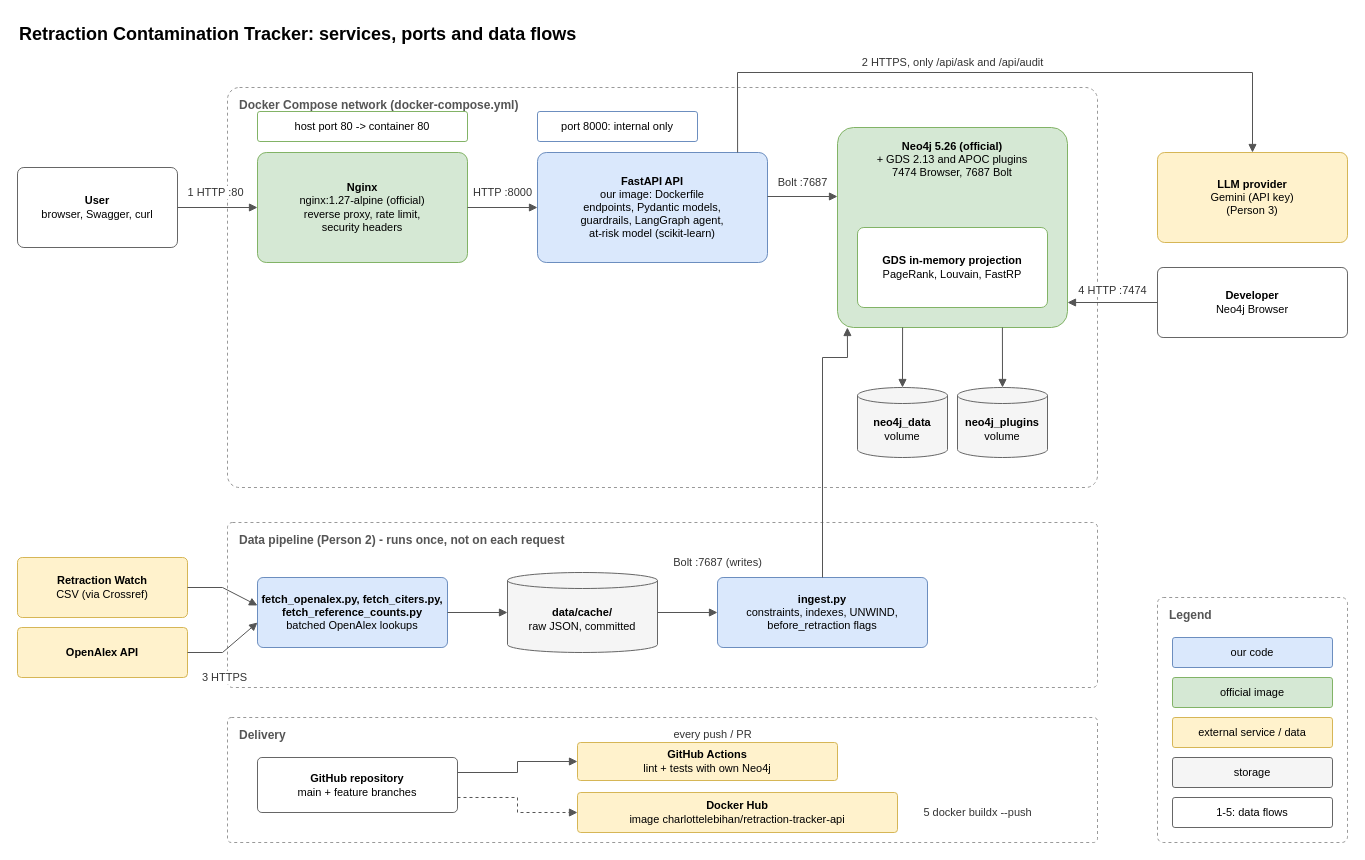
Earlier version of the draw.io diagram docs/architecture.drawio (CharlotteLeBihan18/Retraction-Contamination-Tracker). Source tidied: cells renumbered, new cells numbered last; positions are measured from the earlier drawing's top-left corner, leaving out a move shared by most shapes. Both pictures are drawn from the tidied source at 100%, with x=0, y=0 at pixel (17, 17).
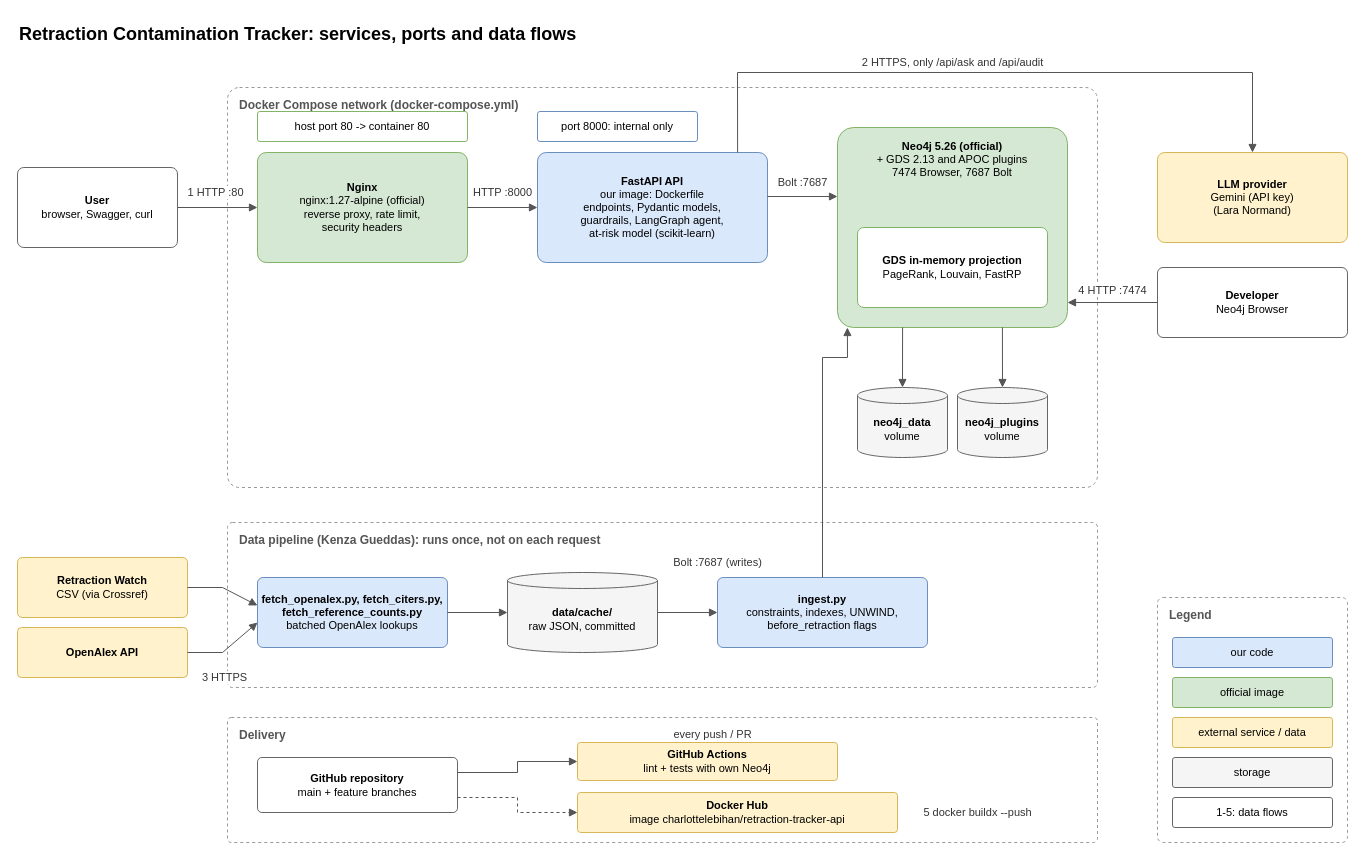
Above is the later version.

Commit message (it also covers changes not shown here):
docs: restructure the README, add screenshots, contribution stats and names in the diagram

Change to the diagram source:
```diff
@@
-    <mxCell id="4" value="Data pipeline (Person 2) - runs once, not on each request" style="rounded=1;arcSize=3;dashed=1;fillColor=none;strokeColor=#999999;verticalAlign=top;align=left;spacingLeft=10;spacingTop=4;fontStyle=1;fontColor=#555555;html=1;" parent="1" vertex="1">
+    <mxCell id="4" value="Data pipeline (Kenza Gueddas): runs once, not on each request" style="rounded=1;arcSize=3;dashed=1;fillColor=none;strokeColor=#999999;verticalAlign=top;align=left;spacingLeft=10;spacingTop=4;fontStyle=1;fontColor=#555555;html=1;" parent="1" vertex="1">
       <mxGeometry x="210" y="505" width="870" height="165" as="geometry" />
     </mxCell>
@@
-    <mxCell id="15" value="&lt;b&gt;LLM provider&lt;/b&gt;&lt;br&gt;Gemini (API key)&lt;br&gt;(Person 3)" style="rounded=1;arcSize=8;whiteSpace=wrap;html=1;fillColor=#fff2cc;strokeColor=#d6b656;fontSize=11;" parent="1" vertex="1">
+    <mxCell id="15" value="&lt;b&gt;LLM provider&lt;/b&gt;&lt;br&gt;Gemini (API key)&lt;br&gt;(Lara Normand)" style="rounded=1;arcSize=8;whiteSpace=wrap;html=1;fillColor=#fff2cc;strokeColor=#d6b656;fontSize=11;" parent="1" vertex="1">
       <mxGeometry x="1140" y="135" width="190" height="90" as="geometry" />
     </mxCell>
```
